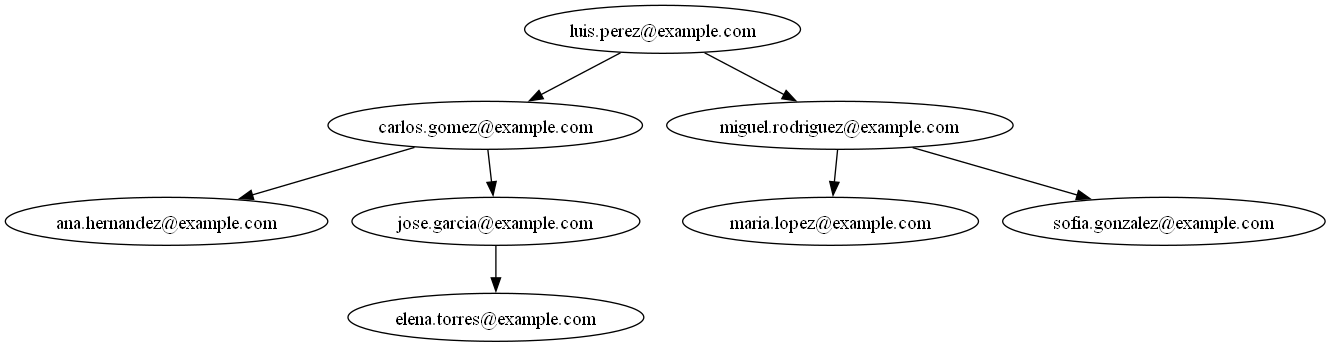
This is pruebas/avl_usuarios.png from matiuuh/-EDD-Proyecto1_202203009, a Graphviz export, as it was before one commit. Its source is kept beside it as pruebas/avl_usuarios.dot.
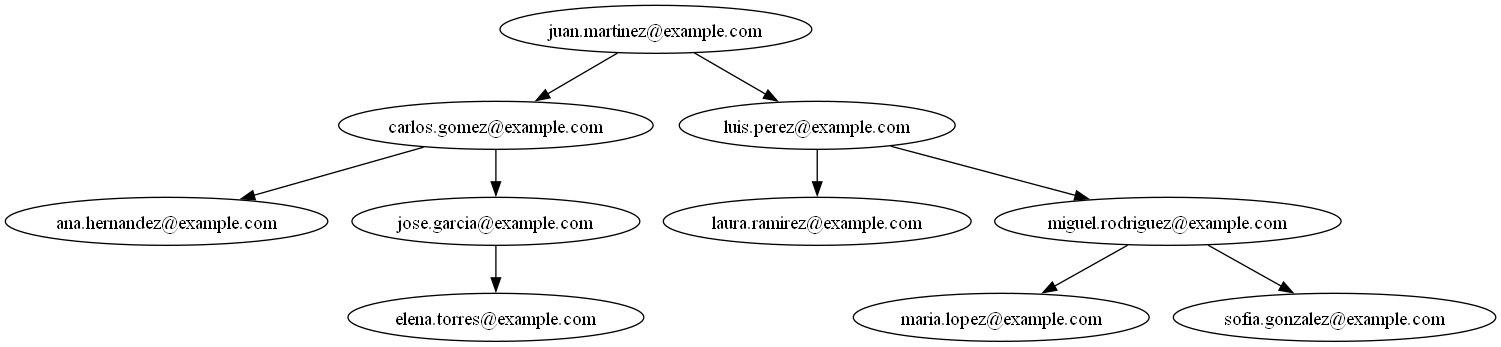
After the change.

What changed in the source:
```diff
@@ -1,17 +1,21 @@
 digraph G {
-Nodo0x24b95ad95a0[label = "luis.perez@example.com"];
-Nodo0x24b95ad95a0->Nodo0x24b95ad9db0;
-Nodo0x24b95ad95a0->Nodo0x24b95ad9f90;
-Nodo0x24b95ad9db0[label = "carlos.gomez@example.com"];
-Nodo0x24b95ad9db0->Nodo0x24b95ad9600;
-Nodo0x24b95ad9db0->Nodo0x24b95ad9b70;
-Nodo0x24b95ad9600[label = "ana.hernandez@example.com"];
-Nodo0x24b95ad9b70[label = "jose.garcia@example.com"];
-Nodo0x24b95ad9b70->Nodo0x24b95ad97e0;
-Nodo0x24b95ad97e0[label = "elena.torres@example.com"];
-Nodo0x24b95ad9f90[label = "miguel.rodriguez@example.com"];
-Nodo0x24b95ad9f90->Nodo0x24b95ad96f0;
-Nodo0x24b95ad9f90->Nodo0x24b95ad9690;
-Nodo0x24b95ad96f0[label = "maria.lopez@example.com"];
-Nodo0x24b95ad9690[label = "sofia.gonzalez@example.com"];
+Nodo0x1b78f734340[label = "juan.martinez@example.com"];
+Nodo0x1b78f734340->Nodo0x1b78f734490;
+Nodo0x1b78f734340->Nodo0x1b78f734520;
+Nodo0x1b78f734490[label = "carlos.gomez@example.com"];
+Nodo0x1b78f734490->Nodo0x1b78f734310;
+Nodo0x1b78f734490->Nodo0x1b78f7342e0;
+Nodo0x1b78f734310[label = "ana.hernandez@example.com"];
+Nodo0x1b78f7342e0[label = "jose.garcia@example.com"];
+Nodo0x1b78f7342e0->Nodo0x1b78f734230;
+Nodo0x1b78f734230[label = "elena.torres@example.com"];
+Nodo0x1b78f734520[label = "luis.perez@example.com"];
+Nodo0x1b78f734520->Nodo0x1b78f7345e0;
+Nodo0x1b78f734520->Nodo0x1b78f6e6810;
+Nodo0x1b78f7345e0[label = "laura.ramirez@example.com"];
+Nodo0x1b78f6e6810[label = "miguel.rodriguez@example.com"];
+Nodo0x1b78f6e6810->Nodo0x1b78f734580;
+Nodo0x1b78f6e6810->Nodo0x1b78f6e6a20;
+Nodo0x1b78f734580[label = "maria.lopez@example.com"];
+Nodo0x1b78f6e6a20[label = "sofia.gonzalez@example.com"];
 }
```
